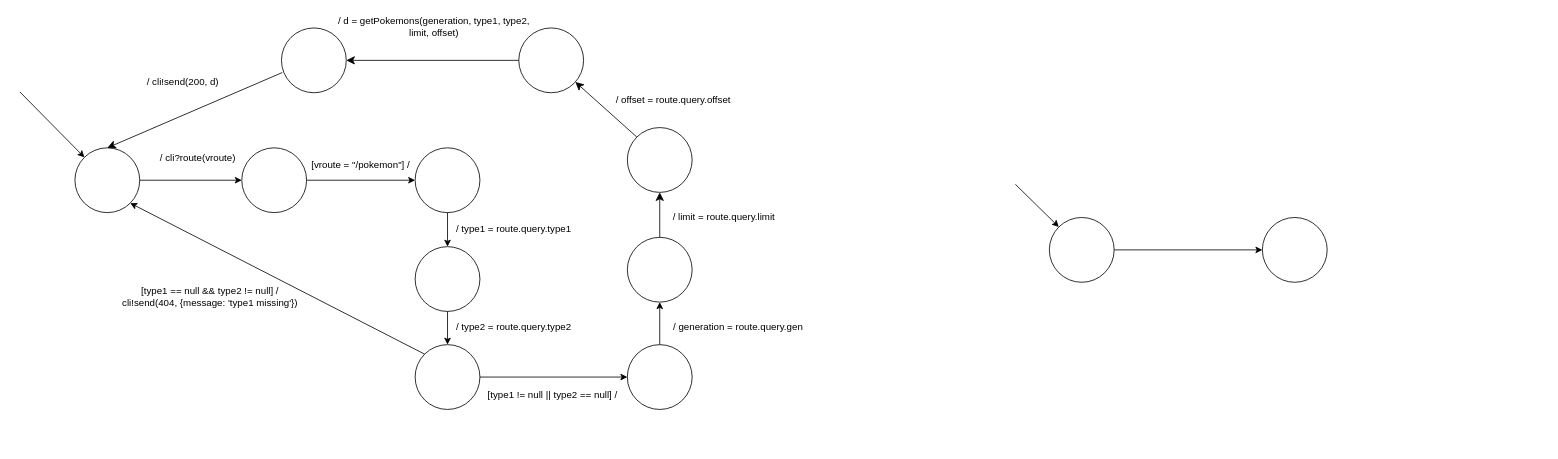
This is Automates SAE/Automate Obtention de la liste des Pokémon.drawio from Edorima/Pokemon, a draw.io file, before an edit. Source tidied: cells renumbered, new cells numbered last; positions are measured from the earlier drawing's top-left corner, leaving out a move shared by most shapes. Both pictures are drawn from the tidied source at 81%, with x=0, y=0 at pixel (19, 14).
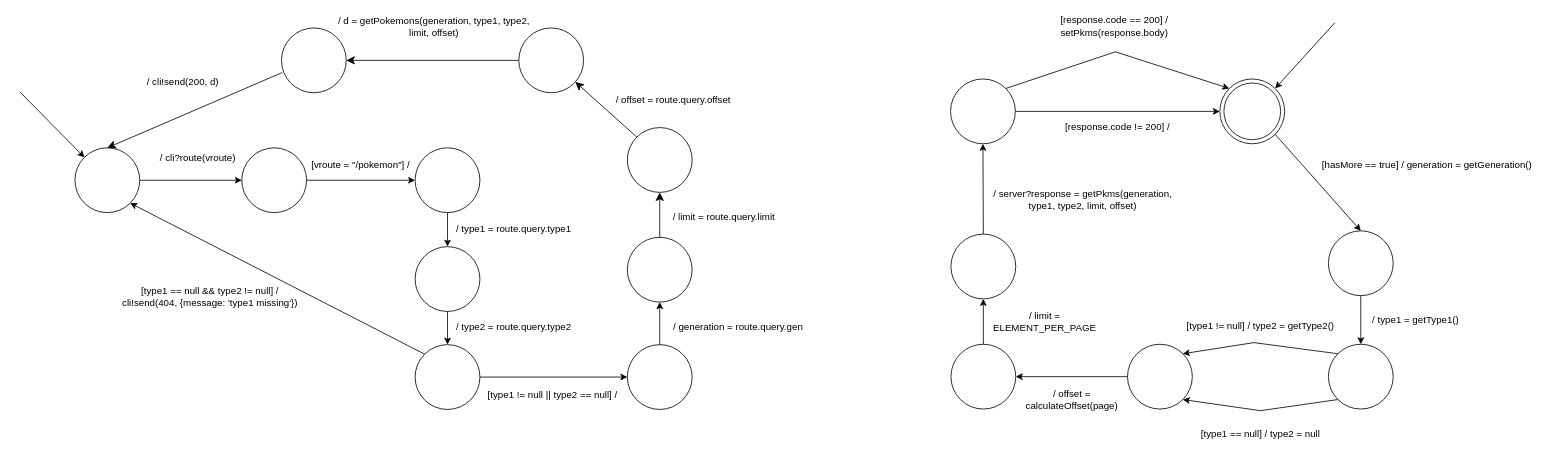
After the change.

What changed in the source:
```diff
@@
     <mxCell id="35" style="ellipse;whiteSpace=wrap;html=1;" parent="1" vertex="1">
-      <mxGeometry x="1271" y="251" width="80" height="80" as="geometry" />
+      <mxGeometry x="1149" y="80" width="80" height="80" as="geometry" />
     </mxCell>
-    <mxCell id="36" style="endArrow=classic;html=1;rounded=0;entryX=0;entryY=0;entryDx=0;entryDy=0;" parent="1" edge="1" target="35">
+    <mxCell id="36" style="endArrow=classic;html=1;rounded=0;entryX=1;entryY=0;entryDx=0;entryDy=0;" parent="1" edge="1" target="40">
       <mxGeometry relative="1" as="geometry">
-        <mxPoint x="1229" y="210" as="sourcePoint" />
+        <mxPoint x="1623.5" y="10.5" as="sourcePoint" />
       </mxGeometry>
     </mxCell>
-    <mxCell id="37" style="ellipse;whiteSpace=wrap;html=1;" parent="1" vertex="1">
-      <mxGeometry x="1534" y="251" width="80" height="80" as="geometry" />
-    </mxCell>
-    <mxCell id="38" style="endArrow=classic;html=1;rounded=0;entryX=0;entryY=0.5;entryDx=0;entryDy=0;exitX=1;exitY=0.5;exitDx=0;exitDy=0;" parent="1" edge="1" source="35" target="37">
-      <mxGeometry relative="1" as="geometry" />
+    <mxCell id="38" style="endArrow=classic;html=1;rounded=0;entryX=0;entryY=0;entryDx=0;entryDy=0;exitX=1;exitY=0;exitDx=0;exitDy=0;" parent="1" edge="1" source="35" target="40">
+      <mxGeometry relative="1" as="geometry">
+        <Array as="points">
+          <mxPoint x="1352.5" y="46.5" />
+        </Array>
+      </mxGeometry>
     </mxCell>
+    <mxCell id="39" value="[response.code == 200] / setPkms(response.body)" style="text;html=1;align=center;verticalAlign=middle;whiteSpace=wrap;rounded=0;" parent="1" vertex="1">
+      <mxGeometry x="1269.5" y="-0.5" width="162.5" height="30" as="geometry" />
+    </mxCell>
+    <mxCell id="40" style="ellipse;whiteSpace=wrap;html=1;gradientColor=none;strokeColor=default;" parent="1" vertex="1">
+      <mxGeometry x="1481.5" y="80" width="80" height="80" as="geometry" />
+    </mxCell>
+    <mxCell id="41" style="ellipse;whiteSpace=wrap;html=1;" parent="1" vertex="1">
+      <mxGeometry x="1615.5" y="267.5" width="80" height="80" as="geometry" />
+    </mxCell>
+    <mxCell id="42" style="endArrow=classic;html=1;rounded=0;entryX=0.5;entryY=0;entryDx=0;entryDy=0;exitX=1;exitY=1;exitDx=0;exitDy=0;" parent="1" edge="1" source="40" target="41">
+      <mxGeometry relative="1" as="geometry" />
+    </mxCell>
+    <mxCell id="43" value="[hasMore == true] / generation = getGeneration()" style="text;html=1;align=center;verticalAlign=middle;whiteSpace=wrap;rounded=0;" parent="1" vertex="1">
+      <mxGeometry x="1591.5" y="171.5" width="291" height="30" as="geometry" />
+    </mxCell>
+    <mxCell id="44" style="ellipse;whiteSpace=wrap;html=1;" parent="1" vertex="1">
+      <mxGeometry x="1615.5" y="407.5" width="80" height="80" as="geometry" />
+    </mxCell>
+    <mxCell id="45" style="endArrow=classic;html=1;rounded=0;entryX=0.5;entryY=0;entryDx=0;entryDy=0;exitX=0.5;exitY=1;exitDx=0;exitDy=0;" parent="1" edge="1" source="41" target="44">
+      <mxGeometry relative="1" as="geometry" />
+    </mxCell>
+    <mxCell id="46" value="/ type1 = getType1()" style="text;html=1;align=center;verticalAlign=middle;whiteSpace=wrap;rounded=0;" parent="1" vertex="1">
+      <mxGeometry x="1663.5" y="362.5" width="119" height="30" as="geometry" />
+    </mxCell>
+    <mxCell id="47" value="[type1 == null] / type2 = null" style="text;html=1;align=center;verticalAlign=middle;whiteSpace=wrap;rounded=0;" parent="1" vertex="1">
+      <mxGeometry x="1453.5" y="502.5" width="156" height="30" as="geometry" />
+    </mxCell>
+    <mxCell id="48" value="[type1 != null] / type2 = getType2()" style="text;html=1;align=center;verticalAlign=middle;whiteSpace=wrap;rounded=0;" parent="1" vertex="1">
+      <mxGeometry x="1437.5" y="369.5" width="188" height="30" as="geometry" />
+    </mxCell>
+    <mxCell id="49" style="ellipse;whiteSpace=wrap;html=1;" parent="1" vertex="1">
+      <mxGeometry x="1367.5" y="407.5" width="80" height="80" as="geometry" />
+    </mxCell>
+    <mxCell id="50" style="ellipse;whiteSpace=wrap;html=1;" parent="1" vertex="1">
+      <mxGeometry x="1149.5" y="407.5" width="80" height="80" as="geometry" />
+    </mxCell>
+    <mxCell id="51" style="endArrow=classic;html=1;rounded=0;entryX=1;entryY=0;entryDx=0;entryDy=0;exitX=0;exitY=0;exitDx=0;exitDy=0;" parent="1" edge="1" source="44" target="49">
+      <mxGeometry relative="1" as="geometry">
+        <Array as="points">
+          <mxPoint x="1523.5" y="405.5" />
+        </Array>
+      </mxGeometry>
+    </mxCell>
+    <mxCell id="52" style="endArrow=classic;html=1;rounded=0;entryX=1;entryY=1;entryDx=0;entryDy=0;exitX=0;exitY=1;exitDx=0;exitDy=0;" parent="1" edge="1" source="44" target="49">
+      <mxGeometry relative="1" as="geometry">
+        <Array as="points">
+          <mxPoint x="1531.5" y="489.5" />
+        </Array>
+      </mxGeometry>
+    </mxCell>
+    <mxCell id="53" style="endArrow=classic;html=1;rounded=0;entryX=1;entryY=0.5;entryDx=0;entryDy=0;exitX=0;exitY=0.5;exitDx=0;exitDy=0;" parent="1" edge="1" source="49" target="50">
+      <mxGeometry relative="1" as="geometry" />
+    </mxCell>
+    <mxCell id="54" value="/ offset = calculateOffset(page)" style="text;html=1;align=center;verticalAlign=middle;whiteSpace=wrap;rounded=0;" parent="1" vertex="1">
+      <mxGeometry x="1229.5" y="460.5" width="138" height="30" as="geometry" />
+    </mxCell>
+    <mxCell id="55" style="ellipse;whiteSpace=wrap;html=1;" parent="1" vertex="1">
+      <mxGeometry x="1149.5" y="271.5" width="80" height="80" as="geometry" />
+    </mxCell>
+    <mxCell id="56" style="endArrow=classic;html=1;rounded=0;entryX=0.5;entryY=1;entryDx=0;entryDy=0;exitX=0.5;exitY=0;exitDx=0;exitDy=0;" parent="1" edge="1" source="50" target="55">
+      <mxGeometry relative="1" as="geometry" />
+    </mxCell>
+    <mxCell id="57" value="/ limit = ELEMENT_PER_PAGE" style="text;html=1;align=center;verticalAlign=middle;whiteSpace=wrap;rounded=0;" parent="1" vertex="1">
+      <mxGeometry x="1197.5" y="364.5" width="135" height="30" as="geometry" />
+    </mxCell>
+    <mxCell id="58" style="endArrow=classic;html=1;rounded=0;entryX=0.5;entryY=1;entryDx=0;entryDy=0;exitX=0.5;exitY=0;exitDx=0;exitDy=0;" parent="1" edge="1" source="55" target="35">
+      <mxGeometry relative="1" as="geometry" />
+    </mxCell>
+    <mxCell id="59" value="/ server?response = getPkms(generation, type1, type2, limit, offset)" style="text;html=1;align=center;verticalAlign=middle;whiteSpace=wrap;rounded=0;" parent="1" vertex="1">
+      <mxGeometry x="1193" y="213.5" width="239" height="30" as="geometry" />
+    </mxCell>
+    <mxCell id="60" style="endArrow=classic;html=1;rounded=0;entryX=0;entryY=0.5;entryDx=0;entryDy=0;exitX=1;exitY=0.5;exitDx=0;exitDy=0;" parent="1" edge="1" source="35" target="40">
+      <mxGeometry relative="1" as="geometry" />
+    </mxCell>
+    <mxCell id="61" value="[response.code != 200] /" style="text;html=1;align=center;verticalAlign=middle;whiteSpace=wrap;rounded=0;" parent="1" vertex="1">
+      <mxGeometry x="1281.5" y="123.5" width="146.8" height="30" as="geometry" />
+    </mxCell>
+    <mxCell id="62" style="ellipse;whiteSpace=wrap;html=1;" parent="1" vertex="1">
+      <mxGeometry x="1486.5" y="85" width="70" height="70" as="geometry" />
+    </mxCell>
```
